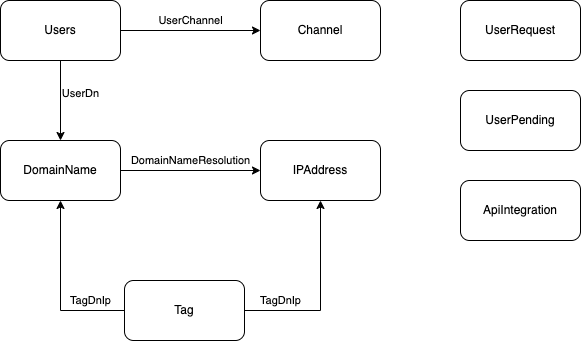
Earlier version of the draw.io export static/screenshots/ArangoDB_PassiveDNS.drawio.png (passivedns/PassiveDNS.github.io). Source tidied: cells renumbered, new cells last; positions are measured from the earlier drawing's top-left corner, leaving out a move shared by most shapes. The source it was exported from:
```xml
<mxGraphModel background="#ffffff">
  <root>
    <mxCell id="0" />
    <mxCell id="1" parent="0" />
    <mxCell id="2" style="edgeStyle=orthogonalEdgeStyle;rounded=0;jettySize=auto;html=1;entryX=0;entryY=0.5;entryDx=0;entryDy=0;" parent="1" edge="1" source="6" target="7">
      <mxGeometry relative="1" as="geometry" />
    </mxCell>
    <mxCell id="3" value="UserChannel" style="edgeLabel;html=1;align=center;verticalAlign=middle;" parent="2" vertex="1">
      <mxGeometry x="-0.15" relative="1" as="geometry">
        <mxPoint x="10" y="-10" as="offset" />
      </mxGeometry>
    </mxCell>
    <mxCell id="4" style="edgeStyle=orthogonalEdgeStyle;rounded=0;jettySize=auto;html=1;" parent="1" edge="1" source="6" target="10">
      <mxGeometry relative="1" as="geometry" />
    </mxCell>
    <mxCell id="5" value="UserDn" style="edgeLabel;html=1;align=center;verticalAlign=middle;" parent="4" vertex="1">
      <mxGeometry x="-0.18" relative="1" as="geometry">
        <mxPoint x="20" as="offset" />
      </mxGeometry>
    </mxCell>
    <mxCell id="6" value="Users" style="rounded=1;whiteSpace=wrap;html=1;" parent="1" vertex="1">
      <mxGeometry width="120" height="60" as="geometry" />
    </mxCell>
    <mxCell id="7" value="Channel" style="rounded=1;whiteSpace=wrap;html=1;" parent="1" vertex="1">
      <mxGeometry x="260" width="120" height="60" as="geometry" />
    </mxCell>
    <mxCell id="8" style="edgeStyle=orthogonalEdgeStyle;rounded=0;jettySize=auto;html=1;" parent="1" edge="1" source="10" target="11">
      <mxGeometry relative="1" as="geometry" />
    </mxCell>
    <mxCell id="9" value="DomainNameResolution" style="edgeLabel;html=1;align=center;verticalAlign=middle;" parent="8" vertex="1">
      <mxGeometry x="0.14" relative="1" as="geometry">
        <mxPoint x="-10" y="-10" as="offset" />
      </mxGeometry>
    </mxCell>
    <mxCell id="10" value="DomainName" style="rounded=1;whiteSpace=wrap;html=1;" parent="1" vertex="1">
      <mxGeometry y="140" width="120" height="60" as="geometry" />
    </mxCell>
    <mxCell id="11" value="IPAddress" style="rounded=1;whiteSpace=wrap;html=1;" parent="1" vertex="1">
      <mxGeometry x="260" y="140" width="120" height="60" as="geometry" />
    </mxCell>
    <mxCell id="12" style="edgeStyle=orthogonalEdgeStyle;rounded=0;jettySize=auto;html=1;" parent="1" edge="1" source="16" target="10">
      <mxGeometry relative="1" as="geometry" />
    </mxCell>
    <mxCell id="13" value="TagDnIp" style="edgeLabel;html=1;align=center;verticalAlign=middle;" parent="12" vertex="1">
      <mxGeometry x="-0.52" y="-2" relative="1" as="geometry">
        <mxPoint x="8" y="-8" as="offset" />
      </mxGeometry>
    </mxCell>
    <mxCell id="14" style="edgeStyle=orthogonalEdgeStyle;rounded=0;jettySize=auto;html=1;" parent="1" edge="1" source="16" target="11">
      <mxGeometry relative="1" as="geometry" />
    </mxCell>
    <mxCell id="15" value="TagDnIp" style="edgeLabel;html=1;align=center;verticalAlign=middle;" parent="14" vertex="1">
      <mxGeometry x="-0.75" y="1" relative="1" as="geometry">
        <mxPoint x="13" y="-9" as="offset" />
      </mxGeometry>
    </mxCell>
    <mxCell id="16" value="Tag" style="rounded=1;whiteSpace=wrap;html=1;" parent="1" vertex="1">
      <mxGeometry x="124" y="280" width="120" height="60" as="geometry" />
    </mxCell>
    <mxCell id="17" value="UserRequest" style="rounded=1;whiteSpace=wrap;html=1;" parent="1" vertex="1">
      <mxGeometry x="460" width="120" height="60" as="geometry" />
    </mxCell>
    <mxCell id="18" value="UserPending" style="rounded=1;whiteSpace=wrap;html=1;" parent="1" vertex="1">
      <mxGeometry x="460" y="90" width="120" height="60" as="geometry" />
    </mxCell>
    <mxCell id="19" value="ApiIntegration" style="rounded=1;whiteSpace=wrap;html=1;" parent="1" vertex="1">
      <mxGeometry x="460" y="180" width="120" height="60" as="geometry" />
    </mxCell>
  </root>
</mxGraphModel>
```
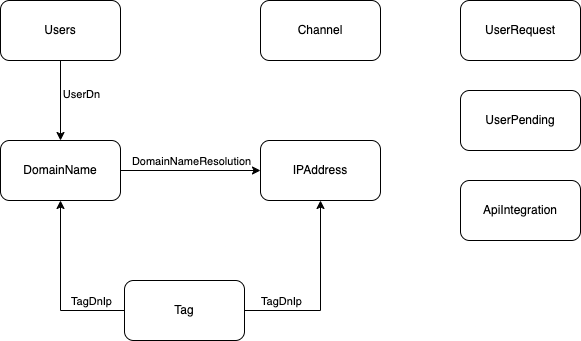
Above is the later version.

What changed in the source:
```diff
@@ -2,14 +2,6 @@
   <root>
     <mxCell id="0" />
     <mxCell id="1" parent="0" />
-    <mxCell id="2" style="edgeStyle=orthogonalEdgeStyle;rounded=0;jettySize=auto;html=1;entryX=0;entryY=0.5;entryDx=0;entryDy=0;" parent="1" edge="1" source="6" target="7">
-      <mxGeometry relative="1" as="geometry" />
-    </mxCell>
-    <mxCell id="3" value="UserChannel" style="edgeLabel;html=1;align=center;verticalAlign=middle;" parent="2" vertex="1">
-      <mxGeometry x="-0.15" relative="1" as="geometry">
-        <mxPoint x="10" y="-10" as="offset" />
-      </mxGeometry>
-    </mxCell>
     <mxCell id="4" style="edgeStyle=orthogonalEdgeStyle;rounded=0;jettySize=auto;html=1;" parent="1" edge="1" source="6" target="10">
       <mxGeometry relative="1" as="geometry" />
     </mxCell>
```
